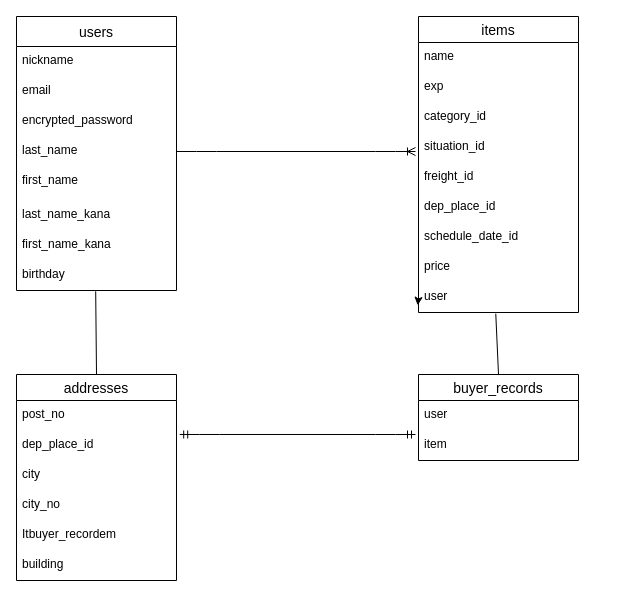
Above: app/.dio in ohashiyukio/furima-41608 (draw.io), before the change. Source tidied: cells renumbered, new cells numbered last; positions are measured from the earlier drawing's top-left corner, leaving out a move shared by most shapes. Both pictures are drawn from the tidied source at 100%, with x=0, y=0 at pixel (16, 16).
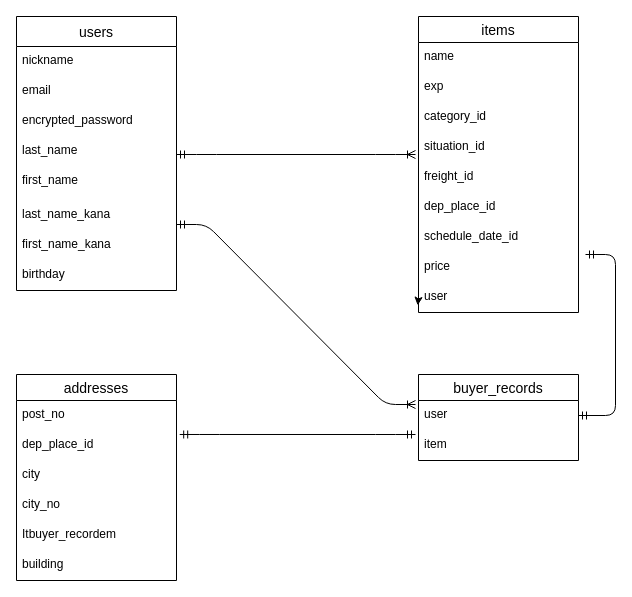
The same page after the edit.

Unchanged cells that the change refers to:
```xml
<mxCell id="7" value="last_name  " style="text;strokeColor=none;fillColor=none;spacingLeft=4;spacingRight=4;overflow=hidden;points=[[0,0.5],[1,0.5]];portConstraint=eastwest;fontSize=12;" parent="3" vertex="1">
  <mxGeometry y="120" width="160" height="30" as="geometry" />
</mxCell>
<mxCell id="11" value="birthday" style="text;strokeColor=none;fillColor=none;spacingLeft=4;spacingRight=4;overflow=hidden;points=[[0,0.5],[1,0.5]];portConstraint=eastwest;fontSize=12;" parent="3" vertex="1">
  <mxGeometry y="244" width="160" height="30" as="geometry" />
</mxCell>
<mxCell id="21" value="user" style="text;strokeColor=none;fillColor=none;spacingLeft=4;spacingRight=4;overflow=hidden;points=[[0,0.5],[1,0.5]];portConstraint=eastwest;fontSize=12;" parent="12" vertex="1">
  <mxGeometry y="266" width="160" height="30" as="geometry" />
</mxCell>
<mxCell id="23" value="addresses" style="swimlane;fontStyle=0;horizontal=1;startSize=26;align=center;fontSize=14;" parent="1" vertex="1">
  <mxGeometry y="358" width="160" height="206" as="geometry" />
</mxCell>
<mxCell id="30" value="buyer_records" style="swimlane;fontStyle=0;horizontal=1;startSize=26;align=center;fontSize=14;" parent="1" vertex="1">
  <mxGeometry x="402" y="358" width="160" height="86" as="geometry" />
</mxCell>
<mxCell id="31" value="user" style="text;strokeColor=none;fillColor=none;spacingLeft=4;spacingRight=4;overflow=hidden;points=[[0,0.5],[1,0.5]];portConstraint=eastwest;fontSize=12;" parent="30" vertex="1">
  <mxGeometry y="26" width="160" height="30" as="geometry" />
</mxCell>
```

Diff of the diagram source:
```diff
@@
-    <mxCell id="33" style="edgeStyle=entityRelationEdgeStyle;fontSize=12;html=1;endArrow=ERoneToMany;exitX=1;exitY=0.5;exitDx=0;exitDy=0;" parent="1" edge="1" source="7">
-      <mxGeometry relative="1" as="geometry">
-        <mxPoint x="399" y="135" as="targetPoint" />
-      </mxGeometry>
-    </mxCell>
@@
-    <mxCell id="35" style="endArrow=none;html=1;rounded=0;entryX=0.5;entryY=0;entryDx=0;entryDy=0;exitX=0.495;exitY=1.027;exitDx=0;exitDy=0;exitPerimeter=0;" parent="1" edge="1" source="11" target="23">
-      <mxGeometry relative="1" as="geometry" />
-    </mxCell>
-    <mxCell id="36" style="endArrow=none;html=1;rounded=0;exitX=0.5;exitY=0;exitDx=0;exitDy=0;entryX=0.483;entryY=1.04;entryDx=0;entryDy=0;entryPerimeter=0;" parent="1" edge="1" source="30" target="21">
-      <mxGeometry relative="1" as="geometry" />
-    </mxCell>
+    <mxCell id="37" style="edgeStyle=entityRelationEdgeStyle;fontSize=12;html=1;endArrow=ERoneToMany;startArrow=ERmandOne;" parent="1" edge="1">
+      <mxGeometry relative="1" as="geometry">
+        <mxPoint x="160" y="138" as="sourcePoint" />
+        <mxPoint x="399" y="138" as="targetPoint" />
+      </mxGeometry>
+    </mxCell>
+    <mxCell id="38" style="edgeStyle=entityRelationEdgeStyle;fontSize=12;html=1;endArrow=ERoneToMany;startArrow=ERmandOne;" parent="1" edge="1">
+      <mxGeometry relative="1" as="geometry">
+        <mxPoint x="160" y="208" as="sourcePoint" />
+        <mxPoint x="399" y="388" as="targetPoint" />
+      </mxGeometry>
+    </mxCell>
+    <mxCell id="39" style="edgeStyle=entityRelationEdgeStyle;fontSize=12;html=1;endArrow=ERmandOne;startArrow=ERmandOne;entryX=1;entryY=0.5;entryDx=0;entryDy=0;" parent="1" edge="1" target="31">
+      <mxGeometry relative="1" as="geometry">
+        <mxPoint x="569" y="238" as="sourcePoint" />
+      </mxGeometry>
+    </mxCell>
```
